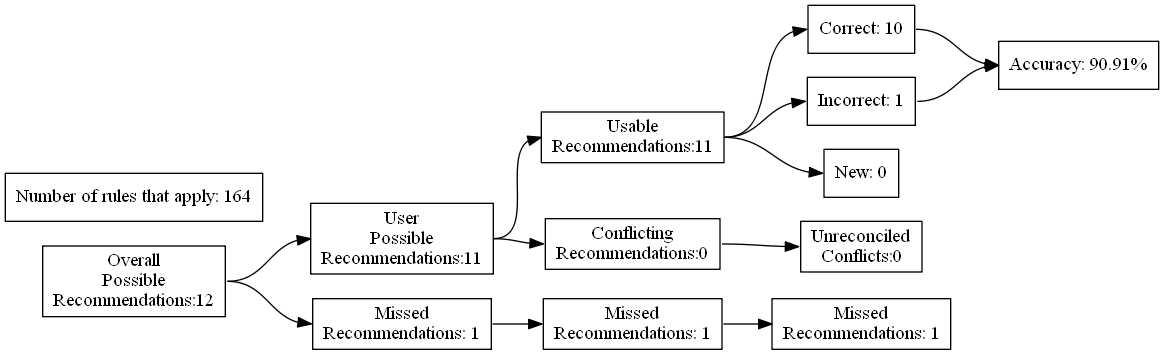
The Graphviz diagram test_renders/24.gv.png in ZaxR/ibd_diet_analysis, before a commit. Its source is kept beside it as test_renders/24.gv.
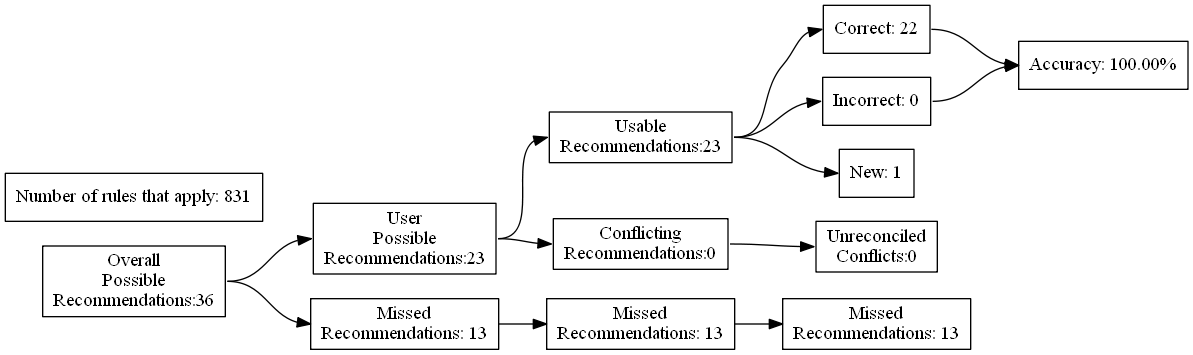
Above is the later version.

Change to the diagram source:
```diff
@@ -4,27 +4,27 @@
 	edge [headport=w tailport=e]
 		A [label="Overall
 Possible
-Recommendations:12"]
+Recommendations:36"]
 		B [label="User
 Possible
-Recommendations:11"]
+Recommendations:23"]
 		C [label="Missed
-Recommendations: 1"]
+Recommendations: 13"]
 		D [label="Usable
-Recommendations:11"]
+Recommendations:23"]
 		E [label="Conflicting
 Recommendations:0"]
 		J [label="Missed
-Recommendations: 1"]
+Recommendations: 13"]
 		M [label="Unreconciled
 Conflicts:0"]
-		F [label="Correct: 10"]
-		G [label="Incorrect: 1"]
-		H [label="New: 0"]
+		F [label="Correct: 22"]
+		G [label="Incorrect: 0"]
+		H [label="New: 1"]
 		K [label="Missed
-Recommendations: 1"]
-		I [label="Accuracy: 90.91%"]
-		l [label="Number of rules that apply: 164"]
+Recommendations: 13"]
+		I [label="Accuracy: 100.00%"]
+		l [label="Number of rules that apply: 831"]
 			A -> B
 			A -> C
 			B -> D
```
